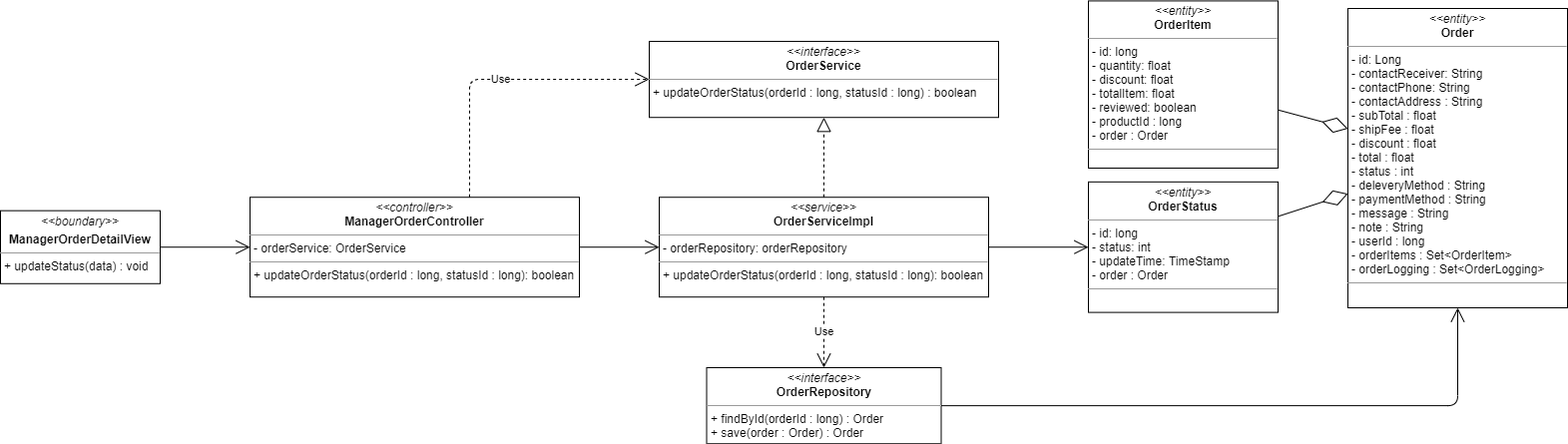
Before: image-class/manager-updateStatus-order-class-diagram.png, a diagram exported from draw.io (nguyenphamvan/datn_20202). Source tidied: cells renumbered, new cells last; positions are measured from the earlier drawing's top-left corner, leaving out a move shared by most shapes.
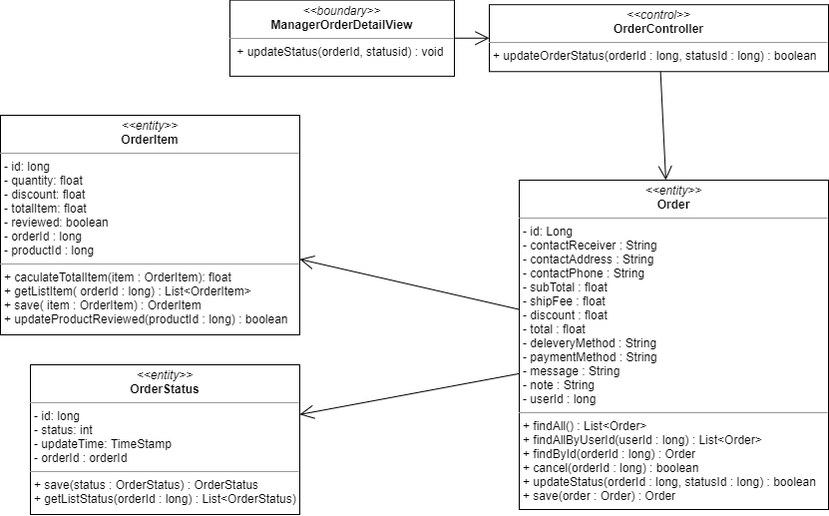
Later version of the same file.

Change to the diagram source:
```diff
@@ -2,64 +2,32 @@
   <root>
     <mxCell id="0" />
     <mxCell id="1" parent="0" />
-    <mxCell id="2" value="&lt;p style=&quot;margin: 0px ; margin-top: 4px ; text-align: center&quot;&gt;&lt;i&gt;&amp;lt;&amp;lt;boundary&amp;gt;&amp;gt;&lt;/i&gt;&lt;/p&gt;&lt;p style=&quot;margin: 0px ; margin-top: 4px ; text-align: center&quot;&gt;&lt;b&gt;ManagerOrderDetailView&lt;/b&gt;&lt;/p&gt;&lt;hr size=&quot;1&quot;&gt;&lt;p style=&quot;margin: 0px ; margin-left: 4px&quot;&gt;&lt;span&gt;+ updateStatus(data) : void&lt;/span&gt;&lt;br&gt;&lt;/p&gt;" style="verticalAlign=top;align=left;overflow=fill;fontSize=12;fontFamily=Helvetica;html=1;" parent="1" vertex="1">
-      <mxGeometry y="210.7" width="160" height="73.1" as="geometry" />
-    </mxCell>
-    <mxCell id="3" style="endArrow=open;endFill=1;endSize=12;html=1;entryX=0;entryY=0.5;entryDx=0;entryDy=0;exitX=1;exitY=0.5;exitDx=0;exitDy=0;" parent="1" edge="1" source="2" target="7">
-      <mxGeometry relative="1" as="geometry" />
-    </mxCell>
-    <mxCell id="4" style="endArrow=open;endFill=1;endSize=12;html=1;exitX=1;exitY=0.5;exitDx=0;exitDy=0;edgeStyle=orthogonalEdgeStyle;" parent="1" edge="1" source="5" target="13">
-      <mxGeometry relative="1" as="geometry">
-        <Array as="points">
-          <mxPoint x="1460" y="406" />
-        </Array>
-      </mxGeometry>
-    </mxCell>
-    <mxCell id="5" value="&lt;p style=&quot;margin: 0px ; margin-top: 4px ; text-align: center&quot;&gt;&lt;i&gt;&amp;lt;&amp;lt;interface&amp;gt;&amp;gt;&lt;/i&gt;&lt;br&gt;&lt;b&gt;OrderRepository&lt;/b&gt;&lt;/p&gt;&lt;hr size=&quot;1&quot;&gt;&lt;p style=&quot;margin: 0px ; margin-left: 4px&quot;&gt;+ findById(orderId : long) : Order&lt;/p&gt;&lt;p style=&quot;margin: 0px ; margin-left: 4px&quot;&gt;+ save(order : Order) : Order&lt;/p&gt;" style="verticalAlign=top;align=left;overflow=fill;fontSize=12;fontFamily=Helvetica;html=1;" parent="1" vertex="1">
-      <mxGeometry x="707.5" y="368" width="235" height="76.2" as="geometry" />
-    </mxCell>
-    <mxCell id="6" value="&lt;p style=&quot;margin: 0px ; margin-top: 4px ; text-align: center&quot;&gt;&lt;i&gt;&amp;lt;&amp;lt;interface&amp;gt;&amp;gt;&lt;/i&gt;&lt;br&gt;&lt;b&gt;OrderService&lt;/b&gt;&lt;/p&gt;&lt;hr size=&quot;1&quot;&gt;&lt;p style=&quot;margin: 0px ; margin-left: 4px&quot;&gt;+ updateOrderStatus(orderId : long, statusId : long) : boolean&lt;/p&gt;" style="verticalAlign=top;align=left;overflow=fill;fontSize=12;fontFamily=Helvetica;html=1;" parent="1" vertex="1">
-      <mxGeometry x="650" y="41" width="350" height="76.2" as="geometry" />
-    </mxCell>
-    <mxCell id="7" value="&lt;p style=&quot;margin: 0px ; margin-top: 4px ; text-align: center&quot;&gt;&lt;i&gt;&amp;lt;&amp;lt;controller&amp;gt;&amp;gt;&lt;/i&gt;&lt;br&gt;&lt;b&gt;ManagerOrderController&lt;/b&gt;&lt;br&gt;&lt;/p&gt;&lt;hr size=&quot;1&quot;&gt;&lt;p style=&quot;margin: 0px ; margin-left: 4px&quot;&gt;- orderService: OrderService&lt;br&gt;&lt;/p&gt;&lt;hr size=&quot;1&quot;&gt;&lt;p style=&quot;margin: 0px ; margin-left: 4px&quot;&gt;+ updateOrderStatus(orderId : long, statusId : long): boolean&lt;br&gt;&lt;/p&gt;" style="verticalAlign=top;align=left;overflow=fill;fontSize=12;fontFamily=Helvetica;html=1;" parent="1" vertex="1">
-      <mxGeometry x="250" y="197.2" width="330" height="100" as="geometry" />
-    </mxCell>
-    <mxCell id="8" value="&lt;p style=&quot;margin: 0px ; margin-top: 4px ; text-align: center&quot;&gt;&lt;i&gt;&amp;lt;&amp;lt;service&amp;gt;&amp;gt;&lt;/i&gt;&lt;br&gt;&lt;b&gt;OrderServiceImpl&lt;/b&gt;&lt;/p&gt;&lt;hr size=&quot;1&quot;&gt;&lt;p style=&quot;margin: 0px ; margin-left: 4px&quot;&gt;- orderRepository: orderRepository&lt;br&gt;&lt;/p&gt;&lt;hr size=&quot;1&quot;&gt;&lt;p style=&quot;margin: 0px ; margin-left: 4px&quot;&gt;+ updateOrderStatus(orderId : long, statusId : long): boolean&lt;br&gt;&lt;/p&gt;" style="verticalAlign=top;align=left;overflow=fill;fontSize=12;fontFamily=Helvetica;html=1;" parent="1" vertex="1">
-      <mxGeometry x="660" y="197.2" width="330" height="100" as="geometry" />
-    </mxCell>
-    <mxCell id="9" value="Use" style="endArrow=open;endSize=12;dashed=1;html=1;edgeStyle=orthogonalEdgeStyle;" parent="1" edge="1" source="7" target="6">
-      <mxGeometry relative="1" as="geometry">
-        <Array as="points">
-          <mxPoint x="470" y="79" />
-        </Array>
-      </mxGeometry>
-    </mxCell>
-    <mxCell id="10" style="endArrow=block;dashed=1;endFill=0;endSize=12;html=1;" parent="1" edge="1" source="8" target="6">
-      <mxGeometry relative="1" as="geometry" />
-    </mxCell>
-    <mxCell id="11" value="Use" style="endArrow=open;endSize=12;dashed=1;html=1;" parent="1" edge="1" source="8" target="5">
-      <mxGeometry relative="1" as="geometry" />
-    </mxCell>
-    <mxCell id="12" style="endArrow=open;endFill=1;endSize=12;html=1;" parent="1" edge="1" source="7" target="8">
-      <mxGeometry relative="1" as="geometry" />
-    </mxCell>
-    <mxCell id="13" value="&lt;p style=&quot;margin: 0px ; margin-top: 4px ; text-align: center&quot;&gt;&lt;i&gt;&amp;lt;&amp;lt;entity&amp;gt;&amp;gt;&lt;/i&gt;&lt;br&gt;&lt;b&gt;Order&lt;/b&gt;&lt;/p&gt;&lt;hr size=&quot;1&quot;&gt;&lt;p style=&quot;margin: 0px ; margin-left: 4px&quot;&gt;- id: Long&lt;/p&gt;&lt;p style=&quot;margin: 0px 0px 0px 4px&quot;&gt;- contactReceiver: String&lt;br&gt;- contactPhone: String&lt;/p&gt;&lt;p style=&quot;margin: 0px 0px 0px 4px&quot;&gt;- contactAddress : String&lt;/p&gt;&lt;p style=&quot;margin: 0px 0px 0px 4px&quot;&gt;- subTotal : float&lt;/p&gt;&lt;p style=&quot;margin: 0px 0px 0px 4px&quot;&gt;- shipFee : float&lt;/p&gt;&lt;p style=&quot;margin: 0px 0px 0px 4px&quot;&gt;- discount : float&lt;/p&gt;&lt;p style=&quot;margin: 0px 0px 0px 4px&quot;&gt;- total : float&lt;/p&gt;&lt;p style=&quot;margin: 0px 0px 0px 4px&quot;&gt;- status : int&lt;/p&gt;&lt;p style=&quot;margin: 0px 0px 0px 4px&quot;&gt;- deleveryMethod : String&lt;/p&gt;&lt;p style=&quot;margin: 0px 0px 0px 4px&quot;&gt;- paymentMethod : String&lt;/p&gt;&lt;p style=&quot;margin: 0px 0px 0px 4px&quot;&gt;- message : String&lt;/p&gt;&lt;p style=&quot;margin: 0px 0px 0px 4px&quot;&gt;- note : String&lt;/p&gt;&lt;p style=&quot;margin: 0px 0px 0px 4px&quot;&gt;- userId : long&lt;/p&gt;&lt;p style=&quot;margin: 0px 0px 0px 4px&quot;&gt;- orderItems : Set&amp;lt;OrderItem&amp;gt;&lt;/p&gt;&lt;p style=&quot;margin: 0px 0px 0px 4px&quot;&gt;- orderLogging : Set&amp;lt;OrderLogging&amp;gt;&amp;nbsp;&lt;/p&gt;&lt;hr size=&quot;1&quot;&gt;&lt;p style=&quot;margin: 0px ; margin-left: 4px&quot;&gt;&lt;br&gt;&lt;/p&gt;" style="verticalAlign=top;align=left;overflow=fill;fontSize=12;fontFamily=Helvetica;html=1;" parent="1" vertex="1">
-      <mxGeometry x="1350" y="8" width="220" height="300" as="geometry" />
-    </mxCell>
-    <mxCell id="14" value="&lt;p style=&quot;margin: 0px ; margin-top: 4px ; text-align: center&quot;&gt;&lt;i&gt;&amp;lt;&amp;lt;entity&amp;gt;&amp;gt;&lt;/i&gt;&lt;br&gt;&lt;b&gt;OrderItem&lt;/b&gt;&lt;/p&gt;&lt;hr size=&quot;1&quot;&gt;&lt;p style=&quot;margin: 0px ; margin-left: 4px&quot;&gt;- id: long&lt;/p&gt;&lt;p style=&quot;margin: 0px ; margin-left: 4px&quot;&gt;- quantity: float&lt;br&gt;- discount: float&lt;/p&gt;&lt;p style=&quot;margin: 0px ; margin-left: 4px&quot;&gt;- totalItem: float&lt;/p&gt;&lt;p style=&quot;margin: 0px ; margin-left: 4px&quot;&gt;- reviewed: boolean&lt;/p&gt;&lt;p style=&quot;margin: 0px ; margin-left: 4px&quot;&gt;- productId : long&lt;/p&gt;&lt;p style=&quot;margin: 0px ; margin-left: 4px&quot;&gt;- order : Order&lt;/p&gt;&lt;hr size=&quot;1&quot;&gt;&lt;p style=&quot;margin: 0px ; margin-left: 4px&quot;&gt;&lt;br&gt;&lt;/p&gt;" style="verticalAlign=top;align=left;overflow=fill;fontSize=12;fontFamily=Helvetica;html=1;" parent="1" vertex="1">
-      <mxGeometry x="1090" y="0.4" width="190" height="167.6" as="geometry" />
-    </mxCell>
-    <mxCell id="15" value="&lt;p style=&quot;margin: 0px ; margin-top: 4px ; text-align: center&quot;&gt;&lt;i&gt;&amp;lt;&amp;lt;entity&amp;gt;&amp;gt;&lt;/i&gt;&lt;br&gt;&lt;b&gt;OrderStatus&lt;/b&gt;&lt;/p&gt;&lt;hr size=&quot;1&quot;&gt;&lt;p style=&quot;margin: 0px ; margin-left: 4px&quot;&gt;- id: long&lt;/p&gt;&lt;p style=&quot;margin: 0px ; margin-left: 4px&quot;&gt;- status: int&lt;br&gt;- updateTime: TimeStamp&lt;/p&gt;&lt;p style=&quot;margin: 0px ; margin-left: 4px&quot;&gt;- order : Order&lt;/p&gt;&lt;hr size=&quot;1&quot;&gt;&lt;p style=&quot;margin: 0px ; margin-left: 4px&quot;&gt;&lt;br&gt;&lt;/p&gt;" style="verticalAlign=top;align=left;overflow=fill;fontSize=12;fontFamily=Helvetica;html=1;" parent="1" vertex="1">
-      <mxGeometry x="1090" y="181.8" width="190" height="130.8" as="geometry" />
-    </mxCell>
-    <mxCell id="16" style="endArrow=diamondThin;endFill=0;endSize=24;html=1;" parent="1" edge="1" source="15" target="13">
-      <mxGeometry relative="1" as="geometry" />
-    </mxCell>
-    <mxCell id="17" style="endArrow=diamondThin;endFill=0;endSize=24;html=1;" parent="1" edge="1" source="14" target="13">
-      <mxGeometry relative="1" as="geometry" />
-    </mxCell>
-    <mxCell id="18" style="endArrow=open;endFill=1;endSize=12;html=1;" parent="1" edge="1" source="8" target="15">
-      <mxGeometry relative="1" as="geometry" />
-    </mxCell>
+    <mxCell id="19" value="&lt;p style=&quot;margin: 0px ; margin-top: 4px ; text-align: center&quot;&gt;&lt;i&gt;&amp;lt;&amp;lt;boundary&amp;gt;&amp;gt;&lt;/i&gt;&lt;br&gt;&lt;b&gt;ManagerOrderDetailView&lt;/b&gt;&lt;/p&gt;&lt;hr size=&quot;1&quot;&gt;&lt;p style=&quot;margin: 0px ; margin-left: 4px&quot;&gt;&lt;span&gt;&amp;nbsp;&lt;/span&gt;&lt;span&gt;+ updateStatus(orderId, statusid) : void&lt;/span&gt;&lt;/p&gt;" style="verticalAlign=top;align=left;overflow=fill;fontSize=12;fontFamily=Helvetica;html=1;" parent="1" vertex="1">
+      <mxGeometry x="820" y="142.6" width="225" height="76.2" as="geometry" />
+    </mxCell>
+    <mxCell id="20" style="endArrow=open;endFill=1;endSize=12;html=1;exitX=1;exitY=0.5;exitDx=0;exitDy=0;" parent="1" edge="1" source="19" target="21">
+      <mxGeometry relative="1" as="geometry" />
+    </mxCell>
+    <mxCell id="21" value="&lt;p style=&quot;margin: 0px ; margin-top: 4px ; text-align: center&quot;&gt;&lt;i&gt;&amp;lt;&amp;lt;control&amp;gt;&amp;gt;&lt;/i&gt;&lt;br&gt;&lt;b&gt;OrderController&lt;/b&gt;&lt;br&gt;&lt;/p&gt;&lt;hr size=&quot;1&quot;&gt;&lt;p style=&quot;margin: 0px ; margin-left: 4px&quot;&gt;&lt;span&gt;+ updateOrderStatus(orderId : long, statusId : long) : boolean&lt;/span&gt;&lt;br&gt;&lt;/p&gt;" style="verticalAlign=top;align=left;overflow=fill;fontSize=12;fontFamily=Helvetica;html=1;" parent="1" vertex="1">
+      <mxGeometry x="1080" y="147.2" width="340" height="67" as="geometry" />
+    </mxCell>
+    <mxCell id="22" style="endArrow=open;endFill=1;endSize=12;html=1;" parent="1" edge="1" source="21" target="25">
+      <mxGeometry relative="1" as="geometry" />
+    </mxCell>
+    <mxCell id="23" value="&lt;p style=&quot;margin: 0px ; margin-top: 4px ; text-align: center&quot;&gt;&lt;i&gt;&amp;lt;&amp;lt;entity&amp;gt;&amp;gt;&lt;/i&gt;&lt;br&gt;&lt;b&gt;OrderItem&lt;/b&gt;&lt;/p&gt;&lt;hr size=&quot;1&quot;&gt;&lt;p style=&quot;margin: 0px ; margin-left: 4px&quot;&gt;- id: long&lt;/p&gt;&lt;p style=&quot;margin: 0px ; margin-left: 4px&quot;&gt;- quantity: float&lt;br&gt;- discount: float&lt;/p&gt;&lt;p style=&quot;margin: 0px ; margin-left: 4px&quot;&gt;- totalItem: float&lt;/p&gt;&lt;p style=&quot;margin: 0px ; margin-left: 4px&quot;&gt;- reviewed: boolean&lt;/p&gt;&lt;p style=&quot;margin: 0px ; margin-left: 4px&quot;&gt;- orderId : long&lt;/p&gt;&lt;p style=&quot;margin: 0px ; margin-left: 4px&quot;&gt;- productId : long&lt;/p&gt;&lt;hr size=&quot;1&quot;&gt;&lt;p style=&quot;margin: 0px 0px 0px 4px&quot;&gt;+ caculateTotalItem(item : OrderItem): float&lt;br&gt;&lt;/p&gt;&lt;p style=&quot;margin: 0px 0px 0px 4px&quot;&gt;+ getListItem( orderId : long) : List&amp;lt;OrderItem&amp;gt;&lt;br&gt;&lt;/p&gt;&lt;p style=&quot;margin: 0px 0px 0px 4px&quot;&gt;+ save( item : OrderItem) : OrderItem&lt;/p&gt;&lt;p style=&quot;margin: 0px 0px 0px 4px&quot;&gt;+ updateProductReviewed(productId : long) : boolean&lt;/p&gt;" style="verticalAlign=top;align=left;overflow=fill;fontSize=12;fontFamily=Helvetica;html=1;" parent="1" vertex="1">
+      <mxGeometry x="590" y="258" width="300" height="220" as="geometry" />
+    </mxCell>
+    <mxCell id="24" value="&lt;p style=&quot;margin: 0px ; margin-top: 4px ; text-align: center&quot;&gt;&lt;i&gt;&amp;lt;&amp;lt;entity&amp;gt;&amp;gt;&lt;/i&gt;&lt;br&gt;&lt;b&gt;OrderStatus&lt;/b&gt;&lt;/p&gt;&lt;hr size=&quot;1&quot;&gt;&lt;p style=&quot;margin: 0px ; margin-left: 4px&quot;&gt;- id: long&lt;/p&gt;&lt;p style=&quot;margin: 0px ; margin-left: 4px&quot;&gt;- status: int&lt;br&gt;- updateTime: TimeStamp&lt;/p&gt;&lt;p style=&quot;margin: 0px ; margin-left: 4px&quot;&gt;- orderId : orderId&lt;/p&gt;&lt;hr size=&quot;1&quot;&gt;&lt;p style=&quot;margin: 0px ; margin-left: 4px&quot;&gt;+ save(status : OrderStatus) : OrderStatus&lt;/p&gt;&lt;p style=&quot;margin: 0px ; margin-left: 4px&quot;&gt;+ getListStatus(orderId : long) : List&amp;lt;OrderStatus)&lt;/p&gt;" style="verticalAlign=top;align=left;overflow=fill;fontSize=12;fontFamily=Helvetica;html=1;" parent="1" vertex="1">
+      <mxGeometry x="620" y="508" width="270" height="150" as="geometry" />
+    </mxCell>
+    <mxCell id="25" value="&lt;p style=&quot;margin: 0px ; margin-top: 4px ; text-align: center&quot;&gt;&lt;i&gt;&amp;lt;&amp;lt;entity&amp;gt;&amp;gt;&lt;/i&gt;&lt;br&gt;&lt;b&gt;Order&lt;/b&gt;&lt;/p&gt;&lt;hr size=&quot;1&quot;&gt;&lt;p style=&quot;margin: 0px ; margin-left: 4px&quot;&gt;- id: Long&lt;/p&gt;&lt;p style=&quot;margin: 0px ; margin-left: 4px&quot;&gt;- contactReceiver : String&lt;/p&gt;&lt;p style=&quot;margin: 0px ; margin-left: 4px&quot;&gt;- contactAddress : String&lt;/p&gt;&lt;p style=&quot;margin: 0px ; margin-left: 4px&quot;&gt;- contactPhone : String&lt;/p&gt;&lt;p style=&quot;margin: 0px 0px 0px 4px&quot;&gt;- subTotal : float&lt;/p&gt;&lt;p style=&quot;margin: 0px 0px 0px 4px&quot;&gt;- shipFee : float&lt;/p&gt;&lt;p style=&quot;margin: 0px 0px 0px 4px&quot;&gt;- discount : float&lt;/p&gt;&lt;p style=&quot;margin: 0px 0px 0px 4px&quot;&gt;- total : float&lt;/p&gt;&lt;p style=&quot;margin: 0px 0px 0px 4px&quot;&gt;- deleveryMethod : String&lt;/p&gt;&lt;p style=&quot;margin: 0px 0px 0px 4px&quot;&gt;- paymentMethod : String&lt;/p&gt;&lt;p style=&quot;margin: 0px 0px 0px 4px&quot;&gt;- message : String&lt;/p&gt;&lt;p style=&quot;margin: 0px 0px 0px 4px&quot;&gt;- note : String&lt;/p&gt;&lt;p style=&quot;margin: 0px 0px 0px 4px&quot;&gt;- userId : long&lt;/p&gt;&lt;hr size=&quot;1&quot;&gt;&lt;p style=&quot;margin: 0px 0px 0px 4px&quot;&gt;+ findAll() : List&amp;lt;Order&amp;gt;&lt;/p&gt;&lt;p style=&quot;margin: 0px 0px 0px 4px&quot;&gt;+ findAllByUserId(userId : long) : List&amp;lt;Order&amp;gt;&lt;/p&gt;&lt;p style=&quot;margin: 0px 0px 0px 4px&quot;&gt;+ findById(orderId : long) : Order&lt;br&gt;&lt;/p&gt;&lt;p style=&quot;margin: 0px 0px 0px 4px&quot;&gt;+ cancel(orderId : long) : boolean&lt;br&gt;&lt;/p&gt;&lt;p style=&quot;margin: 0px 0px 0px 4px&quot;&gt;+ updateStatus(orderId : long, statusId : long) : boolean&lt;/p&gt;&lt;p style=&quot;margin: 0px 0px 0px 4px&quot;&gt;+ save(order : Order) : Order&lt;/p&gt;" style="verticalAlign=top;align=left;overflow=fill;fontSize=12;fontFamily=Helvetica;html=1;" parent="1" vertex="1">
+      <mxGeometry x="1110" y="323" width="310" height="330" as="geometry" />
+    </mxCell>
+    <mxCell id="26" style="endArrow=open;endFill=1;endSize=12;html=1;" parent="1" edge="1" source="25" target="23">
+      <mxGeometry relative="1" as="geometry" />
+    </mxCell>
+    <mxCell id="27" style="endArrow=open;endFill=1;endSize=12;html=1;" parent="1" edge="1" source="25" target="24">
+      <mxGeometry relative="1" as="geometry" />
+    </mxCell>
   </root>
 </mxGraphModel>
```
